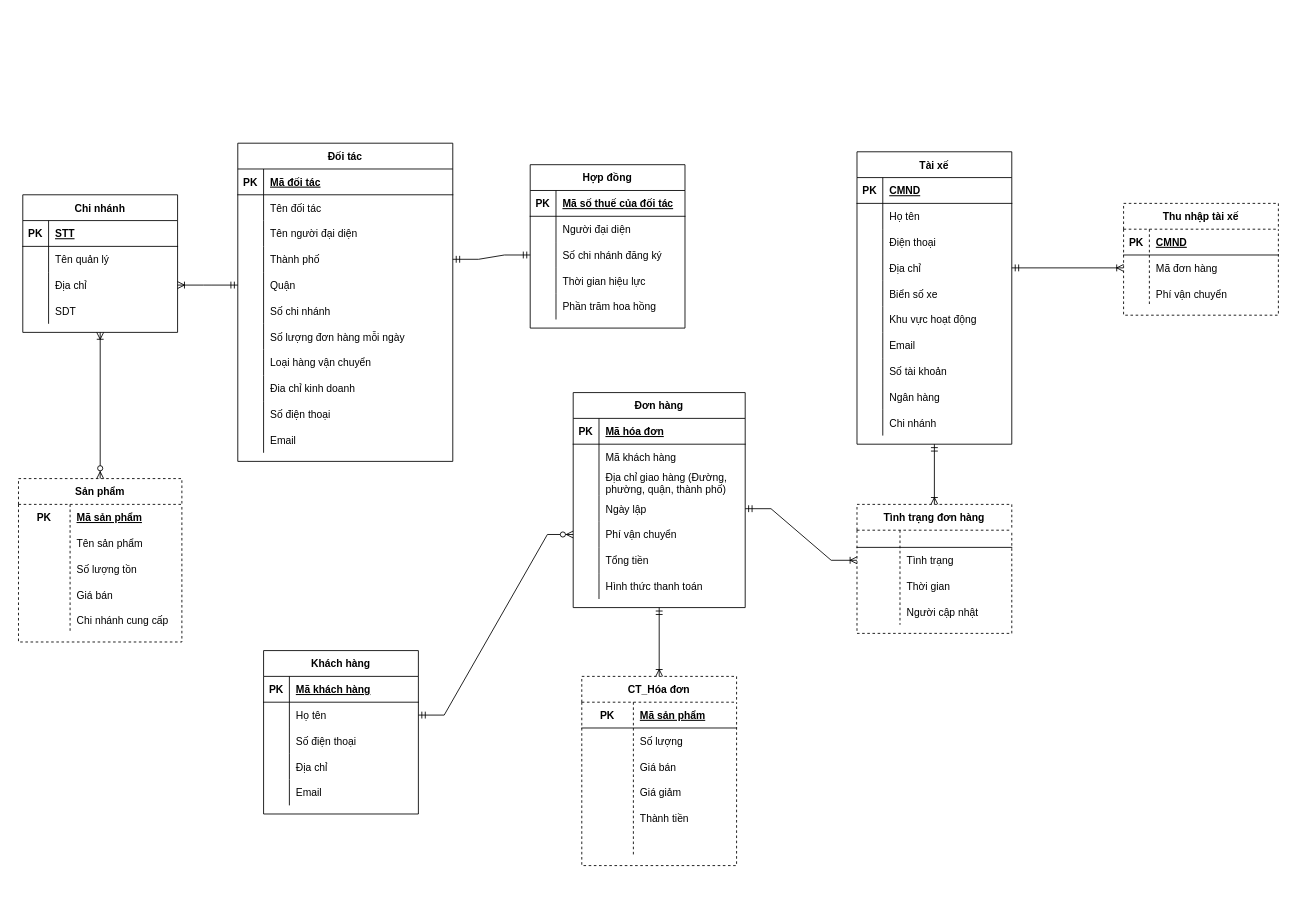
This is HQT-CSDL.drawio from tranngoclam16/HQT-CSDL, a draw.io file, before an edit. Source tidied: cells renumbered, new cells numbered last; positions are measured from the earlier drawing's top-left corner, leaving out a move shared by most shapes. Both pictures are drawn from the tidied source at 86%, with x=0, y=0 at pixel (18, 143).
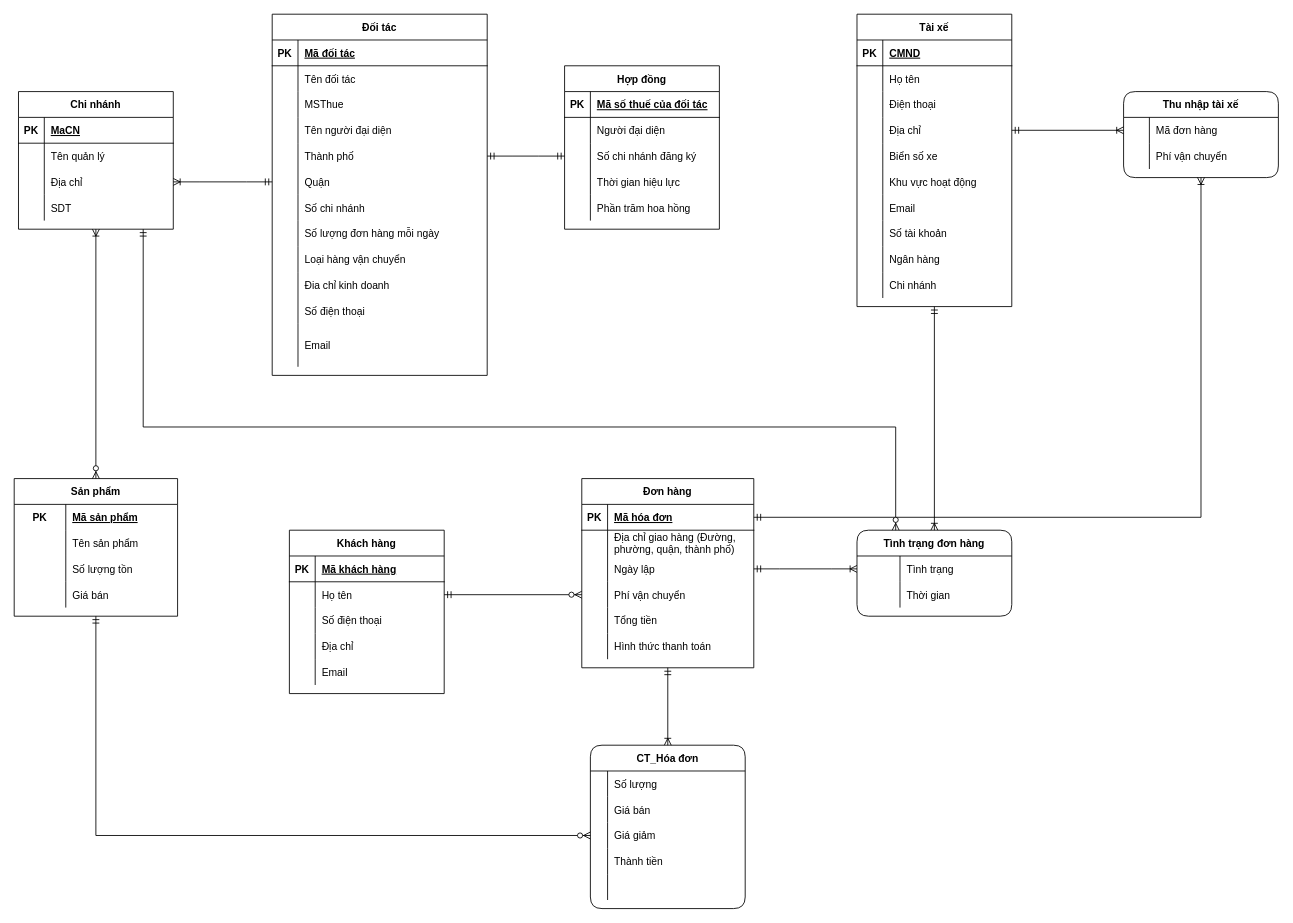
Above is the later version.

The change refers to these unchanged cells:
```xml
<mxCell id="100" style="shape=partialRectangle;fillColor=none;top=0;left=0;bottom=1;right=0;points=[[0,0.5],[1,0.5]];portConstraint=eastwest;" parent="99" vertex="1">
  <mxGeometry y="30" width="200" height="30" as="geometry" />
</mxCell>
<mxCell id="187" style="shape=partialRectangle;fillColor=none;top=0;left=0;bottom=1;right=0;" parent="186" vertex="1">
  <mxGeometry y="30" width="180" height="30" as="geometry" />
</mxCell>
```

Diff of the diagram source:
```diff
@@
     <mxCell id="2" value="Tài xế" style="shape=table;startSize=30;childLayout=tableLayout;rowLines=0;fontStyle=1;align=center;" parent="1" vertex="1">
-      <mxGeometry x="975" y="10" width="180" height="340" as="geometry" />
+      <mxGeometry x="975" y="-150" width="180" height="340" as="geometry" />
     </mxCell>
@@
     <mxCell id="33" value="Đối tác" style="shape=table;startSize=30;childLayout=tableLayout;rowLines=0;fontStyle=1;align=center;" parent="1" vertex="1">
-      <mxGeometry x="255" width="250" height="370" as="geometry" />
+      <mxGeometry x="295" y="-150" width="250" height="420" as="geometry" />
     </mxCell>
@@
+    <mxCell id="200" style="shape=partialRectangle;fillColor=none;top=0;left=0;bottom=0;right=0;" parent="33" vertex="1">
+      <mxGeometry y="90" width="250" height="30" as="geometry" />
+    </mxCell>
+    <mxCell id="104" style="shape=partialRectangle;fillColor=none;top=0;left=0;bottom=0;right=0;overflow=hidden;" parent="200" vertex="1">
+      <mxGeometry width="30" height="30" as="geometry" />
+    </mxCell>
+    <mxCell id="201" value="MSThue" style="shape=partialRectangle;fillColor=none;top=0;left=0;bottom=0;right=0;align=left;spacingLeft=6;overflow=hidden;" parent="200" vertex="1">
+      <mxGeometry x="30" width="220" height="30" as="geometry" />
+    </mxCell>
     <mxCell id="40" style="shape=partialRectangle;fillColor=none;top=0;left=0;right=0;bottom=0;" parent="33" vertex="1">
-      <mxGeometry y="90" width="250" height="30" as="geometry" />
+      <mxGeometry y="120" width="250" height="30" as="geometry" />
     </mxCell>
@@
     <mxCell id="43" style="shape=partialRectangle;fillColor=none;points=[[0,0.5],[1,0.5]];portConstraint=eastwest;top=0;left=0;right=0;bottom=0;" parent="33" vertex="1">
-      <mxGeometry y="120" width="250" height="30" as="geometry" />
+      <mxGeometry y="150" width="250" height="30" as="geometry" />
     </mxCell>
@@
     <mxCell id="46" style="shape=partialRectangle;fillColor=none;points=[[0,0.5],[1,0.5]];portConstraint=eastwest;top=0;left=0;right=0;bottom=0;" parent="33" vertex="1">
-      <mxGeometry y="150" width="250" height="30" as="geometry" />
+      <mxGeometry y="180" width="250" height="30" as="geometry" />
     </mxCell>
@@
     <mxCell id="49" style="shape=partialRectangle;fillColor=none;top=0;left=0;right=0;bottom=0;" parent="33" vertex="1">
-      <mxGeometry y="180" width="250" height="30" as="geometry" />
+      <mxGeometry y="210" width="250" height="30" as="geometry" />
     </mxCell>
@@
     <mxCell id="52" style="shape=partialRectangle;fillColor=none;top=0;left=0;right=0;bottom=0;" parent="33" vertex="1">
-      <mxGeometry y="210" width="250" height="30" as="geometry" />
+      <mxGeometry y="240" width="250" height="30" as="geometry" />
     </mxCell>
@@
     <mxCell id="55" style="shape=partialRectangle;fillColor=none;top=0;left=0;right=0;bottom=0;" parent="33" vertex="1">
-      <mxGeometry y="240" width="250" height="30" as="geometry" />
+      <mxGeometry y="270" width="250" height="30" as="geometry" />
     </mxCell>
@@
     <mxCell id="58" style="shape=partialRectangle;fillColor=none;top=0;left=0;right=0;bottom=0;" parent="33" vertex="1">
-      <mxGeometry y="270" width="250" height="30" as="geometry" />
+      <mxGeometry y="300" width="250" height="30" as="geometry" />
     </mxCell>
@@
     <mxCell id="61" style="shape=partialRectangle;fillColor=none;top=0;left=0;right=0;bottom=0;" parent="33" vertex="1">
-      <mxGeometry y="300" width="250" height="30" as="geometry" />
+      <mxGeometry y="330" width="250" height="30" as="geometry" />
     </mxCell>
@@
     <mxCell id="64" style="shape=partialRectangle;fillColor=none;top=0;left=0;right=0;bottom=0;" parent="33" vertex="1">
-      <mxGeometry y="330" width="250" height="30" as="geometry" />
+      <mxGeometry y="360" width="250" height="50" as="geometry" />
     </mxCell>
     <mxCell id="65" style="shape=partialRectangle;overflow=hidden;fillColor=none;top=0;left=0;bottom=0;right=0;" parent="64" vertex="1">
-      <mxGeometry width="30" height="30" as="geometry" />
+      <mxGeometry width="30" height="50" as="geometry" />
     </mxCell>
     <mxCell id="66" value="Email" style="shape=partialRectangle;overflow=hidden;fillColor=none;top=0;left=0;bottom=0;right=0;align=left;spacingLeft=6;" parent="64" vertex="1">
-      <mxGeometry x="30" width="220" height="30" as="geometry" />
+      <mxGeometry x="30" width="220" height="50" as="geometry" />
     </mxCell>
     <mxCell id="67" value="Hợp đồng" style="shape=table;startSize=30;childLayout=tableLayout;rowLines=0;fontStyle=1;align=center;" parent="1" vertex="1">
-      <mxGeometry x="595" y="25" width="180" height="190" as="geometry" />
+      <mxGeometry x="635" y="-90" width="180" height="190" as="geometry" />
     </mxCell>
@@
-    <mxCell id="83" value="Sản phẩm" style="shape=table;startSize=30;childLayout=tableLayout;rowLines=0;fontStyle=1;align=center;rounded=0;sketch=0;shadow=0;dashed=1;" parent="1" vertex="1">
-      <mxGeometry y="390" width="190" height="190" as="geometry" />
+    <mxCell id="83" value="Sản phẩm" style="shape=table;startSize=30;childLayout=tableLayout;rowLines=0;fontStyle=1;align=center;rounded=0;sketch=0;shadow=0;" parent="1" vertex="1">
+      <mxGeometry x="-5" y="390" width="190" height="160" as="geometry" />
     </mxCell>
@@
-    <mxCell id="96" style="shape=partialRectangle;fillColor=none;top=0;left=0;bottom=0;right=0;" parent="83" vertex="1">
-      <mxGeometry y="150" width="190" height="30" as="geometry" />
-    </mxCell>
-    <mxCell id="97" style="shape=partialRectangle;fillColor=none;top=0;left=0;bottom=0;right=0;overflow=hidden;" parent="96" vertex="1">
-      <mxGeometry width="60" height="30" as="geometry" />
-    </mxCell>
-    <mxCell id="98" value="Chi nhánh cung cấp" style="shape=partialRectangle;fillColor=none;top=0;left=0;bottom=0;right=0;align=left;spacingLeft=6;overflow=hidden;" parent="96" vertex="1">
-      <mxGeometry x="60" width="130" height="30" as="geometry" />
-    </mxCell>
     <mxCell id="99" value="Đơn hàng" style="shape=table;startSize=30;childLayout=tableLayout;rowLines=0;fontStyle=1;align=center;" parent="1" vertex="1">
-      <mxGeometry x="645" y="290" width="200" height="250" as="geometry" />
+      <mxGeometry x="655" y="390" width="200" height="220" as="geometry" />
     </mxCell>
@@
-    <mxCell id="103" style="shape=partialRectangle;fillColor=none;top=0;left=0;bottom=0;right=0;" parent="99" vertex="1">
-      <mxGeometry y="60" width="200" height="30" as="geometry" />
-    </mxCell>
-    <mxCell id="104" style="shape=partialRectangle;fillColor=none;top=0;left=0;bottom=0;right=0;overflow=hidden;" parent="103" vertex="1">
-      <mxGeometry width="30" height="30" as="geometry" />
-    </mxCell>
-    <mxCell id="105" value="Mã khách hàng" style="shape=partialRectangle;fillColor=none;top=0;left=0;bottom=0;right=0;align=left;spacingLeft=6;overflow=hidden;" parent="103" vertex="1">
-      <mxGeometry x="30" width="170" height="30" as="geometry" />
-    </mxCell>
     <mxCell id="106" style="shape=partialRectangle;fillColor=none;top=0;left=0;bottom=0;right=0;" parent="99" vertex="1">
-      <mxGeometry y="90" width="200" height="30" as="geometry" />
+      <mxGeometry y="60" width="200" height="30" as="geometry" />
     </mxCell>
@@
     <mxCell id="109" style="shape=partialRectangle;fillColor=none;top=0;left=0;bottom=0;right=0;points=[[0,0.5],[1,0.5]];portConstraint=eastwest;" parent="99" vertex="1">
-      <mxGeometry y="120" width="200" height="30" as="geometry" />
+      <mxGeometry y="90" width="200" height="30" as="geometry" />
     </mxCell>
@@
     <mxCell id="112" style="shape=partialRectangle;fillColor=none;top=0;left=0;bottom=0;right=0;points=[[0,0.5],[1,0.5]];portConstraint=eastwest;" parent="99" vertex="1">
-      <mxGeometry y="150" width="200" height="30" as="geometry" />
+      <mxGeometry y="120" width="200" height="30" as="geometry" />
     </mxCell>
@@
     <mxCell id="115" style="shape=partialRectangle;fillColor=none;top=0;left=0;bottom=0;right=0;" parent="99" vertex="1">
-      <mxGeometry y="180" width="200" height="30" as="geometry" />
+      <mxGeometry y="150" width="200" height="30" as="geometry" />
     </mxCell>
@@
     <mxCell id="118" style="shape=partialRectangle;fillColor=none;top=0;left=0;bottom=0;right=0;" parent="99" vertex="1">
-      <mxGeometry y="210" width="200" height="30" as="geometry" />
+      <mxGeometry y="180" width="200" height="30" as="geometry" />
     </mxCell>
@@
     <mxCell id="121" value="Khách hàng" style="shape=table;startSize=30;childLayout=tableLayout;rowLines=0;fontStyle=1;align=center;" parent="1" vertex="1">
-      <mxGeometry x="285" y="590" width="180" height="190" as="geometry" />
+      <mxGeometry x="315" y="450" width="180" height="190" as="geometry" />
     </mxCell>
@@
-    <mxCell id="137" value="CT_Hóa đơn" style="shape=table;startSize=30;childLayout=tableLayout;rowLines=0;fontStyle=1;align=center;dashed=1;" parent="1" vertex="1">
-      <mxGeometry x="655" y="620" width="180" height="220" as="geometry" />
+    <mxCell id="137" value="CT_Hóa đơn" style="shape=table;startSize=30;childLayout=tableLayout;rowLines=0;fontStyle=1;align=center;rounded=1;" parent="1" vertex="1">
+      <mxGeometry x="665" y="700" width="180" height="190" as="geometry" />
     </mxCell>
-    <mxCell id="138" style="shape=partialRectangle;fillColor=none;top=0;left=0;bottom=1;right=0;" parent="137" vertex="1">
-      <mxGeometry y="30" width="180" height="30" as="geometry" />
-    </mxCell>
-    <mxCell id="139" value="PK" style="shape=partialRectangle;fillColor=none;top=0;left=0;bottom=0;right=0;fontStyle=1;overflow=hidden;" parent="138" vertex="1">
-      <mxGeometry width="60" height="30" as="geometry" />
-    </mxCell>
-    <mxCell id="140" value="Mã sản phẩm" style="shape=partialRectangle;fillColor=none;top=0;left=0;bottom=0;right=0;align=left;spacingLeft=6;fontStyle=5;overflow=hidden;" parent="138" vertex="1">
-      <mxGeometry x="60" width="120" height="30" as="geometry" />
-    </mxCell>
     <mxCell id="141" style="shape=partialRectangle;fillColor=none;top=0;left=0;bottom=0;right=0;" parent="137" vertex="1">
-      <mxGeometry y="60" width="180" height="30" as="geometry" />
+      <mxGeometry y="30" width="180" height="30" as="geometry" />
     </mxCell>
     <mxCell id="142" style="shape=partialRectangle;fillColor=none;top=0;left=0;bottom=0;right=0;overflow=hidden;" parent="141" vertex="1">
-      <mxGeometry width="60" height="30" as="geometry" />
+      <mxGeometry width="20" height="30" as="geometry" />
     </mxCell>
     <mxCell id="143" value="Số lượng" style="shape=partialRectangle;fillColor=none;top=0;left=0;bottom=0;right=0;align=left;spacingLeft=6;overflow=hidden;" parent="141" vertex="1">
-      <mxGeometry x="60" width="120" height="30" as="geometry" />
+      <mxGeometry x="20" width="160" height="30" as="geometry" />
     </mxCell>
     <mxCell id="144" style="shape=partialRectangle;fillColor=none;top=0;left=0;bottom=0;right=0;" parent="137" vertex="1">
-      <mxGeometry y="90" width="180" height="30" as="geometry" />
+      <mxGeometry y="60" width="180" height="30" as="geometry" />
     </mxCell>
     <mxCell id="145" style="shape=partialRectangle;fillColor=none;top=0;left=0;bottom=0;right=0;overflow=hidden;" parent="144" vertex="1">
-      <mxGeometry width="60" height="30" as="geometry" />
+      <mxGeometry width="20" height="30" as="geometry" />
     </mxCell>
     <mxCell id="146" value="Giá bán" style="shape=partialRectangle;fillColor=none;top=0;left=0;bottom=0;right=0;align=left;spacingLeft=6;overflow=hidden;" parent="144" vertex="1">
-      <mxGeometry x="60" width="120" height="30" as="geometry" />
+      <mxGeometry x="20" width="160" height="30" as="geometry" />
     </mxCell>
     <mxCell id="147" style="shape=partialRectangle;fillColor=none;top=0;left=0;bottom=0;right=0;points=[[0,0.5],[1,0.5]];portConstraint=eastwest;" parent="137" vertex="1">
-      <mxGeometry y="120" width="180" height="30" as="geometry" />
+      <mxGeometry y="90" width="180" height="30" as="geometry" />
     </mxCell>
     <mxCell id="148" style="shape=partialRectangle;fillColor=none;top=0;left=0;bottom=0;right=0;overflow=hidden;" parent="147" vertex="1">
-      <mxGeometry width="60" height="30" as="geometry" />
+      <mxGeometry width="20" height="30" as="geometry" />
     </mxCell>
     <mxCell id="149" value="Giá giảm" style="shape=partialRectangle;fillColor=none;top=0;left=0;bottom=0;right=0;align=left;spacingLeft=6;overflow=hidden;" parent="147" vertex="1">
-      <mxGeometry x="60" width="120" height="30" as="geometry" />
+      <mxGeometry x="20" width="160" height="30" as="geometry" />
     </mxCell>
     <mxCell id="150" style="shape=partialRectangle;fillColor=none;top=0;left=0;bottom=0;right=0;" parent="137" vertex="1">
-      <mxGeometry y="150" width="180" height="30" as="geometry" />
+      <mxGeometry y="120" width="180" height="30" as="geometry" />
     </mxCell>
     <mxCell id="151" style="shape=partialRectangle;fillColor=none;top=0;left=0;bottom=0;right=0;overflow=hidden;" parent="150" vertex="1">
-      <mxGeometry width="60" height="30" as="geometry" />
+      <mxGeometry width="20" height="30" as="geometry" />
     </mxCell>
     <mxCell id="152" value="Thành tiền" style="shape=partialRectangle;fillColor=none;top=0;left=0;bottom=0;right=0;align=left;spacingLeft=6;overflow=hidden;" parent="150" vertex="1">
-      <mxGeometry x="60" width="120" height="30" as="geometry" />
+      <mxGeometry x="20" width="160" height="30" as="geometry" />
     </mxCell>
     <mxCell id="153" style="shape=partialRectangle;fillColor=none;top=0;left=0;bottom=0;right=0;" parent="137" vertex="1">
-      <mxGeometry y="180" width="180" height="30" as="geometry" />
+      <mxGeometry y="150" width="180" height="30" as="geometry" />
     </mxCell>
     <mxCell id="154" style="shape=partialRectangle;fillColor=none;top=0;left=0;bottom=0;right=0;fontStyle=1;overflow=hidden;" parent="153" vertex="1">
-      <mxGeometry width="60" height="30" as="geometry" />
+      <mxGeometry width="20" height="30" as="geometry" />
     </mxCell>
     <mxCell id="155" style="shape=partialRectangle;fillColor=none;top=0;left=0;bottom=0;right=0;align=left;spacingLeft=6;fontStyle=5;overflow=hidden;" parent="153" vertex="1">
-      <mxGeometry x="60" width="120" height="30" as="geometry" />
+      <mxGeometry x="20" width="160" height="30" as="geometry" />
     </mxCell>
-    <mxCell id="156" value="Tình trạng đơn hàng" style="shape=table;startSize=30;childLayout=tableLayout;rowLines=0;fontStyle=1;align=center;dashed=1;" parent="1" vertex="1">
-      <mxGeometry x="975" y="420" width="180" height="150" as="geometry" />
+    <mxCell id="156" value="Tình trạng đơn hàng" style="shape=table;startSize=30;childLayout=tableLayout;rowLines=0;fontStyle=1;align=center;rounded=1;" parent="1" vertex="1">
+      <mxGeometry x="975" y="450" width="180" height="100" as="geometry" />
     </mxCell>
-    <mxCell id="157" style="shape=partialRectangle;fillColor=none;top=0;left=0;bottom=1;right=0;" parent="156" vertex="1">
-      <mxGeometry y="30" width="180" height="20" as="geometry" />
-    </mxCell>
-    <mxCell id="158" style="shape=partialRectangle;fillColor=none;top=0;left=0;bottom=0;right=0;fontStyle=1;overflow=hidden;" parent="157" vertex="1">
-      <mxGeometry width="50" height="20" as="geometry" />
-    </mxCell>
-    <mxCell id="159" style="shape=partialRectangle;fillColor=none;top=0;left=0;bottom=0;right=0;align=left;spacingLeft=6;fontStyle=5;overflow=hidden;" parent="157" vertex="1">
-      <mxGeometry x="50" width="130" height="20" as="geometry" />
-    </mxCell>
     <mxCell id="160" style="shape=partialRectangle;fillColor=none;top=0;left=0;bottom=0;right=0;points=[[0,0.5],[1,0.5]];portConstraint=eastwest;" parent="156" vertex="1">
-      <mxGeometry y="50" width="180" height="30" as="geometry" />
+      <mxGeometry y="30" width="180" height="30" as="geometry" />
     </mxCell>
@@
     <mxCell id="163" style="shape=partialRectangle;fillColor=none;top=0;left=0;bottom=0;right=0;" parent="156" vertex="1">
-      <mxGeometry y="80" width="180" height="30" as="geometry" />
+      <mxGeometry y="60" width="180" height="30" as="geometry" />
     </mxCell>
@@
-    <mxCell id="166" style="shape=partialRectangle;fillColor=none;top=0;left=0;bottom=0;right=0;" parent="156" vertex="1">
-      <mxGeometry y="110" width="180" height="30" as="geometry" />
-    </mxCell>
-    <mxCell id="167" style="shape=partialRectangle;fillColor=none;top=0;left=0;bottom=0;right=0;overflow=hidden;" parent="166" vertex="1">
-      <mxGeometry width="50" height="30" as="geometry" />
-    </mxCell>
-    <mxCell id="168" value="Người cập nhật" style="shape=partialRectangle;fillColor=none;top=0;left=0;bottom=0;right=0;align=left;spacingLeft=6;overflow=hidden;" parent="166" vertex="1">
-      <mxGeometry x="50" width="130" height="30" as="geometry" />
-    </mxCell>
-    <mxCell id="169" value="Thu nhập tài xế" style="shape=table;startSize=30;childLayout=tableLayout;rowLines=0;fontStyle=1;align=center;dashed=1;" parent="1" vertex="1">
-      <mxGeometry x="1285" y="70" width="180" height="130" as="geometry" />
+    <mxCell id="169" value="Thu nhập tài xế" style="shape=table;startSize=30;childLayout=tableLayout;rowLines=0;fontStyle=1;align=center;rounded=1;" parent="1" vertex="1">
+      <mxGeometry x="1285" y="-60" width="180" height="100" as="geometry" />
     </mxCell>
-    <mxCell id="170" style="shape=partialRectangle;fillColor=none;top=0;left=0;bottom=1;right=0;" parent="169" vertex="1">
-      <mxGeometry y="30" width="180" height="30" as="geometry" />
-    </mxCell>
-    <mxCell id="171" value="PK" style="shape=partialRectangle;fillColor=none;top=0;left=0;bottom=0;right=0;fontStyle=1;overflow=hidden;" parent="170" vertex="1">
-      <mxGeometry width="30" height="30" as="geometry" />
-    </mxCell>
-    <mxCell id="172" value="CMND" style="shape=partialRectangle;fillColor=none;top=0;left=0;bottom=0;right=0;align=left;spacingLeft=6;fontStyle=5;overflow=hidden;" parent="170" vertex="1">
-      <mxGeometry x="30" width="150" height="30" as="geometry" />
-    </mxCell>
     <mxCell id="173" style="shape=partialRectangle;fillColor=none;top=0;left=0;bottom=0;right=0;points=[[0,0.5],[1,0.5]];portConstraint=eastwest;" parent="169" vertex="1">
-      <mxGeometry y="60" width="180" height="30" as="geometry" />
+      <mxGeometry y="30" width="180" height="30" as="geometry" />
     </mxCell>
@@
     <mxCell id="176" style="shape=partialRectangle;fillColor=none;top=0;left=0;bottom=0;right=0;" parent="169" vertex="1">
-      <mxGeometry y="90" width="180" height="30" as="geometry" />
+      <mxGeometry y="60" width="180" height="30" as="geometry" />
     </mxCell>
@@
     <mxCell id="186" value="Chi nhánh" style="shape=table;startSize=30;childLayout=tableLayout;rowLines=0;fontStyle=1;align=center;" parent="1" vertex="1">
-      <mxGeometry x="5" y="60" width="180" height="160" as="geometry" />
+      <mxGeometry y="-60" width="180" height="160" as="geometry" />
     </mxCell>
@@
-    <mxCell id="189" value="STT" style="shape=partialRectangle;fillColor=none;top=0;left=0;bottom=0;right=0;align=left;spacingLeft=6;fontStyle=5;overflow=hidden;" parent="187" vertex="1">
+    <mxCell id="189" value="MaCN" style="shape=partialRectangle;fillColor=none;top=0;left=0;bottom=0;right=0;align=left;spacingLeft=6;fontStyle=5;overflow=hidden;" parent="187" vertex="1">
       <mxGeometry x="30" width="150" height="30" as="geometry" />
     </mxCell>
@@
+    <mxCell id="202" style="edgeStyle=orthogonalEdgeStyle;fontSize=12;html=1;endArrow=ERzeroToMany;startArrow=ERmandOne;rounded=0;exitX=0.5;exitY=1;exitDx=0;exitDy=0;entryX=0;entryY=0.5;entryDx=0;entryDy=0;" parent="1" edge="1" source="83" target="147">
+      <mxGeometry relative="1" as="geometry" />
+    </mxCell>
+    <mxCell id="203" style="fontSize=12;html=1;endArrow=ERoneToMany;startArrow=ERmandOne;rounded=0;edgeStyle=orthogonalEdgeStyle;entryX=0.5;entryY=1;entryDx=0;entryDy=0;" parent="1" edge="1" source="100" target="169">
+      <mxGeometry relative="1" as="geometry" />
+    </mxCell>
+    <mxCell id="204" style="edgeStyle=orthogonalEdgeStyle;fontSize=12;html=1;endArrow=ERmandOne;startArrow=ERzeroToMany;rounded=0;exitX=0.25;exitY=0;exitDx=0;exitDy=0;endFill=0;" parent="1" edge="1" source="156">
+      <mxGeometry relative="1" as="geometry">
+        <mxPoint x="145" y="100" as="targetPoint" />
+        <Array as="points">
+          <mxPoint x="1020" y="330" />
+          <mxPoint x="145" y="330" />
+        </Array>
+      </mxGeometry>
+    </mxCell>
```
